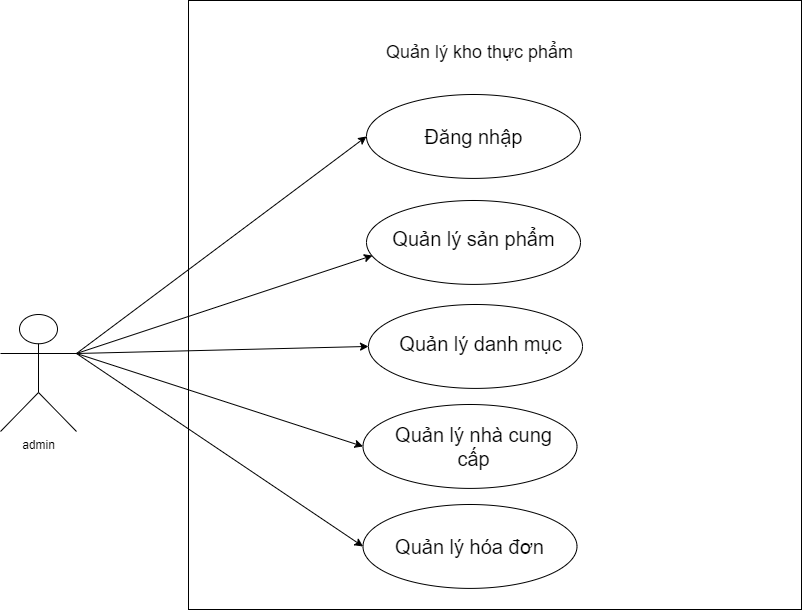
Earlier version of the draw.io export 5.drawio.png (dungvu242k3/JAVA). Source tidied: cells renumbered, new cells last; positions are measured from the earlier drawing's top-left corner, leaving out a move shared by most shapes. The source it was exported from:
```xml
<mxGraphModel>
  <root>
    <mxCell id="0" />
    <mxCell id="1" parent="0" />
    <mxCell id="2" value="admin" style="shape=umlActor;verticalLabelPosition=bottom;verticalAlign=top;html=1;outlineConnect=0;" parent="1" vertex="1">
      <mxGeometry y="314" width="76" height="117" as="geometry" />
    </mxCell>
    <mxCell id="3" style="group;" parent="1" vertex="1">
      <mxGeometry x="188" width="613" height="609" as="geometry" />
    </mxCell>
    <mxCell id="4" style="rounded=0;whiteSpace=wrap;html=1;align=center;" parent="3" vertex="1">
      <mxGeometry width="613" height="609" as="geometry" />
    </mxCell>
    <mxCell id="5" style="group;" parent="3" vertex="1">
      <mxGeometry x="178" y="200" width="214" height="83.9" as="geometry" />
    </mxCell>
    <mxCell id="6" style="group;" parent="5" vertex="1">
      <mxGeometry width="214" height="83.9" as="geometry" />
    </mxCell>
    <mxCell id="7" style="ellipse;whiteSpace=wrap;html=1;" parent="6" vertex="1">
      <mxGeometry width="214" height="83.9" as="geometry" />
    </mxCell>
    <mxCell id="8" value="&lt;font style=&quot;font-size: 20px;&quot;&gt;Quản lý sản phẩm&lt;/font&gt;" style="text;html=1;align=center;verticalAlign=middle;whiteSpace=wrap;rounded=0;" parent="6" vertex="1">
      <mxGeometry x="11.5" y="10.8" width="191" height="55" as="geometry" />
    </mxCell>
    <mxCell id="9" style="group;" parent="3" vertex="1">
      <mxGeometry x="180" y="304" width="214" height="83.9" as="geometry" />
    </mxCell>
    <mxCell id="10" style="ellipse;whiteSpace=wrap;html=1;" parent="9" vertex="1">
      <mxGeometry width="214" height="83.9" as="geometry" />
    </mxCell>
    <mxCell id="11" value="&lt;span style=&quot;font-size: 20px;&quot;&gt;Quản lý danh mục&lt;/span&gt;" style="text;html=1;align=center;verticalAlign=middle;whiteSpace=wrap;rounded=0;" parent="9" vertex="1">
      <mxGeometry x="17" y="11.7" width="191" height="55" as="geometry" />
    </mxCell>
    <mxCell id="12" style="group;" parent="3" vertex="1">
      <mxGeometry x="174.5" y="404" width="214" height="83.9" as="geometry" />
    </mxCell>
    <mxCell id="13" style="ellipse;whiteSpace=wrap;html=1;" parent="12" vertex="1">
      <mxGeometry width="214" height="83.9" as="geometry" />
    </mxCell>
    <mxCell id="14" value="&lt;span style=&quot;font-size: 20px;&quot;&gt;Quản lý nhà cung cấp&lt;/span&gt;" style="text;html=1;align=center;verticalAlign=middle;whiteSpace=wrap;rounded=0;" parent="12" vertex="1">
      <mxGeometry x="15.5" y="14.4" width="191" height="55" as="geometry" />
    </mxCell>
    <mxCell id="15" style="group;" parent="3" vertex="1">
      <mxGeometry x="174.5" y="504" width="214" height="83.9" as="geometry" />
    </mxCell>
    <mxCell id="16" style="ellipse;whiteSpace=wrap;html=1;" parent="15" vertex="1">
      <mxGeometry width="214" height="83.9" as="geometry" />
    </mxCell>
    <mxCell id="17" value="&lt;font style=&quot;font-size: 20px;&quot;&gt;Quản lý hóa đơn&lt;/font&gt;" style="text;html=1;align=center;verticalAlign=middle;whiteSpace=wrap;rounded=0;" parent="15" vertex="1">
      <mxGeometry x="11.5" y="14.4" width="191" height="55" as="geometry" />
    </mxCell>
    <mxCell id="18" value="&lt;font style=&quot;font-size: 18px;&quot;&gt;Quản lý kho thực phẩm&lt;/font&gt;" style="text;html=1;align=center;verticalAlign=middle;whiteSpace=wrap;rounded=0;" parent="3" vertex="1">
      <mxGeometry x="174.5" y="31" width="233" height="41" as="geometry" />
    </mxCell>
    <mxCell id="19" style="group;" parent="3" vertex="1">
      <mxGeometry x="178" y="94" width="214" height="83.9" as="geometry" />
    </mxCell>
    <mxCell id="20" style="ellipse;whiteSpace=wrap;html=1;" parent="19" vertex="1">
      <mxGeometry width="214" height="83.9" as="geometry" />
    </mxCell>
    <mxCell id="21" value="&lt;span style=&quot;font-size: 20px;&quot;&gt;Đăng nhập&lt;/span&gt;" style="text;html=1;align=center;verticalAlign=middle;whiteSpace=wrap;rounded=0;" parent="19" vertex="1">
      <mxGeometry x="11.5" y="14.4" width="191" height="55" as="geometry" />
    </mxCell>
    <mxCell id="22" style="endArrow=classic;html=1;rounded=0;exitX=1;exitY=0.3333333333333333;exitDx=0;exitDy=0;exitPerimeter=0;entryX=0.028;entryY=0.656;entryDx=0;entryDy=0;entryPerimeter=0;" parent="1" edge="1" source="2" target="7">
      <mxGeometry relative="1" as="geometry" />
    </mxCell>
    <mxCell id="23" style="endArrow=classic;html=1;rounded=0;entryX=0;entryY=0.5;entryDx=0;entryDy=0;exitX=1;exitY=0.3333333333333333;exitDx=0;exitDy=0;exitPerimeter=0;" parent="1" edge="1" source="2" target="10">
      <mxGeometry relative="1" as="geometry" />
    </mxCell>
    <mxCell id="24" style="endArrow=classic;html=1;rounded=0;exitX=1;exitY=0.3333333333333333;exitDx=0;exitDy=0;exitPerimeter=0;entryX=0;entryY=0.5;entryDx=0;entryDy=0;" parent="1" edge="1" source="2" target="13">
      <mxGeometry relative="1" as="geometry" />
    </mxCell>
    <mxCell id="25" style="endArrow=classic;html=1;rounded=0;entryX=0;entryY=0.5;entryDx=0;entryDy=0;exitX=1;exitY=0.3333333333333333;exitDx=0;exitDy=0;exitPerimeter=0;" parent="1" edge="1" source="2" target="16">
      <mxGeometry relative="1" as="geometry" />
    </mxCell>
    <mxCell id="26" style="endArrow=classic;html=1;rounded=0;exitX=1;exitY=0.3333333333333333;exitDx=0;exitDy=0;exitPerimeter=0;entryX=0;entryY=0.5;entryDx=0;entryDy=0;" parent="1" edge="1" source="2" target="20">
      <mxGeometry relative="1" as="geometry" />
    </mxCell>
  </root>
</mxGraphModel>
```
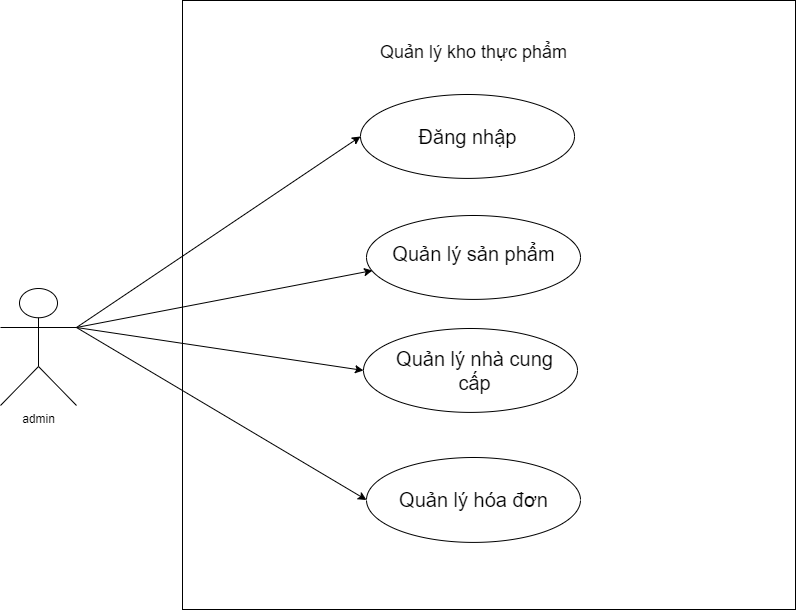
After the commit.

Commit message:
Cập nhật 5.drawio.png

The edit, as a diff of the source:
```diff
@@ -6,13 +6,13 @@
       <mxGeometry y="314" width="76" height="117" as="geometry" />
     </mxCell>
     <mxCell id="3" style="group;" parent="1" vertex="1">
-      <mxGeometry x="188" width="613" height="609" as="geometry" />
+      <mxGeometry x="182" y="26" width="613" height="609" as="geometry" />
     </mxCell>
     <mxCell id="4" style="rounded=0;whiteSpace=wrap;html=1;align=center;" parent="3" vertex="1">
       <mxGeometry width="613" height="609" as="geometry" />
     </mxCell>
     <mxCell id="5" style="group;" parent="3" vertex="1">
-      <mxGeometry x="178" y="200" width="214" height="83.9" as="geometry" />
+      <mxGeometry x="184" y="215" width="214" height="83.9" as="geometry" />
     </mxCell>
     <mxCell id="6" style="group;" parent="5" vertex="1">
       <mxGeometry width="214" height="83.9" as="geometry" />
@@ -23,17 +23,8 @@
     <mxCell id="8" value="&lt;font style=&quot;font-size: 20px;&quot;&gt;Quản lý sản phẩm&lt;/font&gt;" style="text;html=1;align=center;verticalAlign=middle;whiteSpace=wrap;rounded=0;" parent="6" vertex="1">
       <mxGeometry x="11.5" y="10.8" width="191" height="55" as="geometry" />
     </mxCell>
-    <mxCell id="9" style="group;" parent="3" vertex="1">
-      <mxGeometry x="180" y="304" width="214" height="83.9" as="geometry" />
-    </mxCell>
-    <mxCell id="10" style="ellipse;whiteSpace=wrap;html=1;" parent="9" vertex="1">
-      <mxGeometry width="214" height="83.9" as="geometry" />
-    </mxCell>
-    <mxCell id="11" value="&lt;span style=&quot;font-size: 20px;&quot;&gt;Quản lý danh mục&lt;/span&gt;" style="text;html=1;align=center;verticalAlign=middle;whiteSpace=wrap;rounded=0;" parent="9" vertex="1">
-      <mxGeometry x="17" y="11.7" width="191" height="55" as="geometry" />
-    </mxCell>
     <mxCell id="12" style="group;" parent="3" vertex="1">
-      <mxGeometry x="174.5" y="404" width="214" height="83.9" as="geometry" />
+      <mxGeometry x="181" y="328" width="214" height="83.9" as="geometry" />
     </mxCell>
     <mxCell id="13" style="ellipse;whiteSpace=wrap;html=1;" parent="12" vertex="1">
       <mxGeometry width="214" height="83.9" as="geometry" />
@@ -42,13 +33,13 @@
       <mxGeometry x="15.5" y="14.4" width="191" height="55" as="geometry" />
     </mxCell>
     <mxCell id="15" style="group;" parent="3" vertex="1">
-      <mxGeometry x="174.5" y="504" width="214" height="83.9" as="geometry" />
+      <mxGeometry x="184" y="457" width="214" height="84.9" as="geometry" />
     </mxCell>
     <mxCell id="16" style="ellipse;whiteSpace=wrap;html=1;" parent="15" vertex="1">
-      <mxGeometry width="214" height="83.9" as="geometry" />
+      <mxGeometry width="214" height="84.9" as="geometry" />
     </mxCell>
     <mxCell id="17" value="&lt;font style=&quot;font-size: 20px;&quot;&gt;Quản lý hóa đơn&lt;/font&gt;" style="text;html=1;align=center;verticalAlign=middle;whiteSpace=wrap;rounded=0;" parent="15" vertex="1">
-      <mxGeometry x="11.5" y="14.4" width="191" height="55" as="geometry" />
+      <mxGeometry x="11.5" y="14.6" width="191" height="55.7" as="geometry" />
     </mxCell>
     <mxCell id="18" value="&lt;font style=&quot;font-size: 18px;&quot;&gt;Quản lý kho thực phẩm&lt;/font&gt;" style="text;html=1;align=center;verticalAlign=middle;whiteSpace=wrap;rounded=0;" parent="3" vertex="1">
       <mxGeometry x="174.5" y="31" width="233" height="41" as="geometry" />
@@ -65,9 +56,6 @@
     <mxCell id="22" style="endArrow=classic;html=1;rounded=0;exitX=1;exitY=0.3333333333333333;exitDx=0;exitDy=0;exitPerimeter=0;entryX=0.028;entryY=0.656;entryDx=0;entryDy=0;entryPerimeter=0;" parent="1" edge="1" source="2" target="7">
       <mxGeometry relative="1" as="geometry" />
     </mxCell>
-    <mxCell id="23" style="endArrow=classic;html=1;rounded=0;entryX=0;entryY=0.5;entryDx=0;entryDy=0;exitX=1;exitY=0.3333333333333333;exitDx=0;exitDy=0;exitPerimeter=0;" parent="1" edge="1" source="2" target="10">
-      <mxGeometry relative="1" as="geometry" />
-    </mxCell>
     <mxCell id="24" style="endArrow=classic;html=1;rounded=0;exitX=1;exitY=0.3333333333333333;exitDx=0;exitDy=0;exitPerimeter=0;entryX=0;entryY=0.5;entryDx=0;entryDy=0;" parent="1" edge="1" source="2" target="13">
       <mxGeometry relative="1" as="geometry" />
     </mxCell>
```
